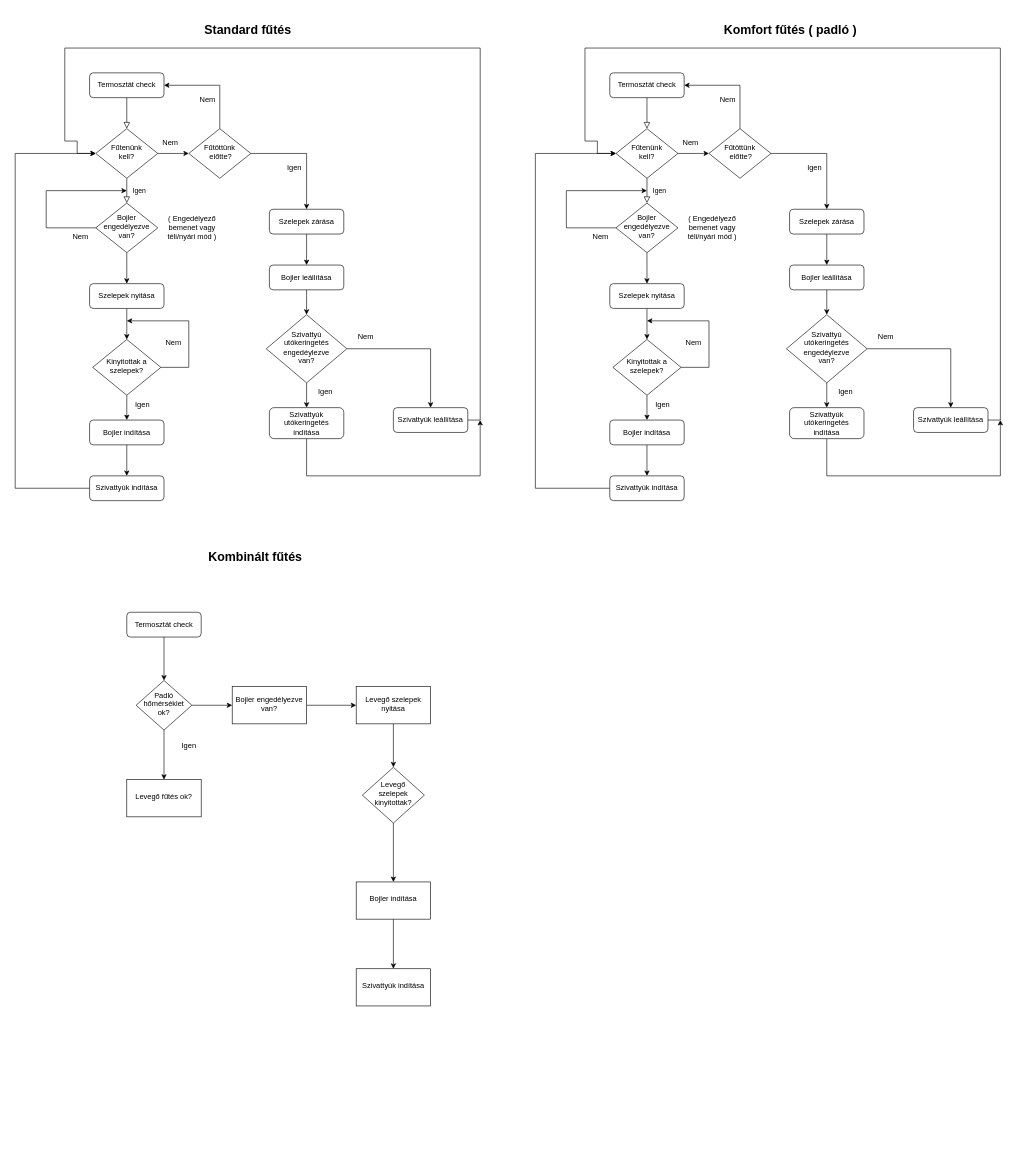
Earlier version of the draw.io diagram Megnevezetlen diagram.drawio (zekageri/DrawIO). Source tidied: cells renumbered, new cells numbered last; positions are measured from the earlier drawing's top-left corner, leaving out a move shared by most shapes. Both pictures are drawn from the tidied source at 62%, with x=0, y=0 at pixel (15, 17).
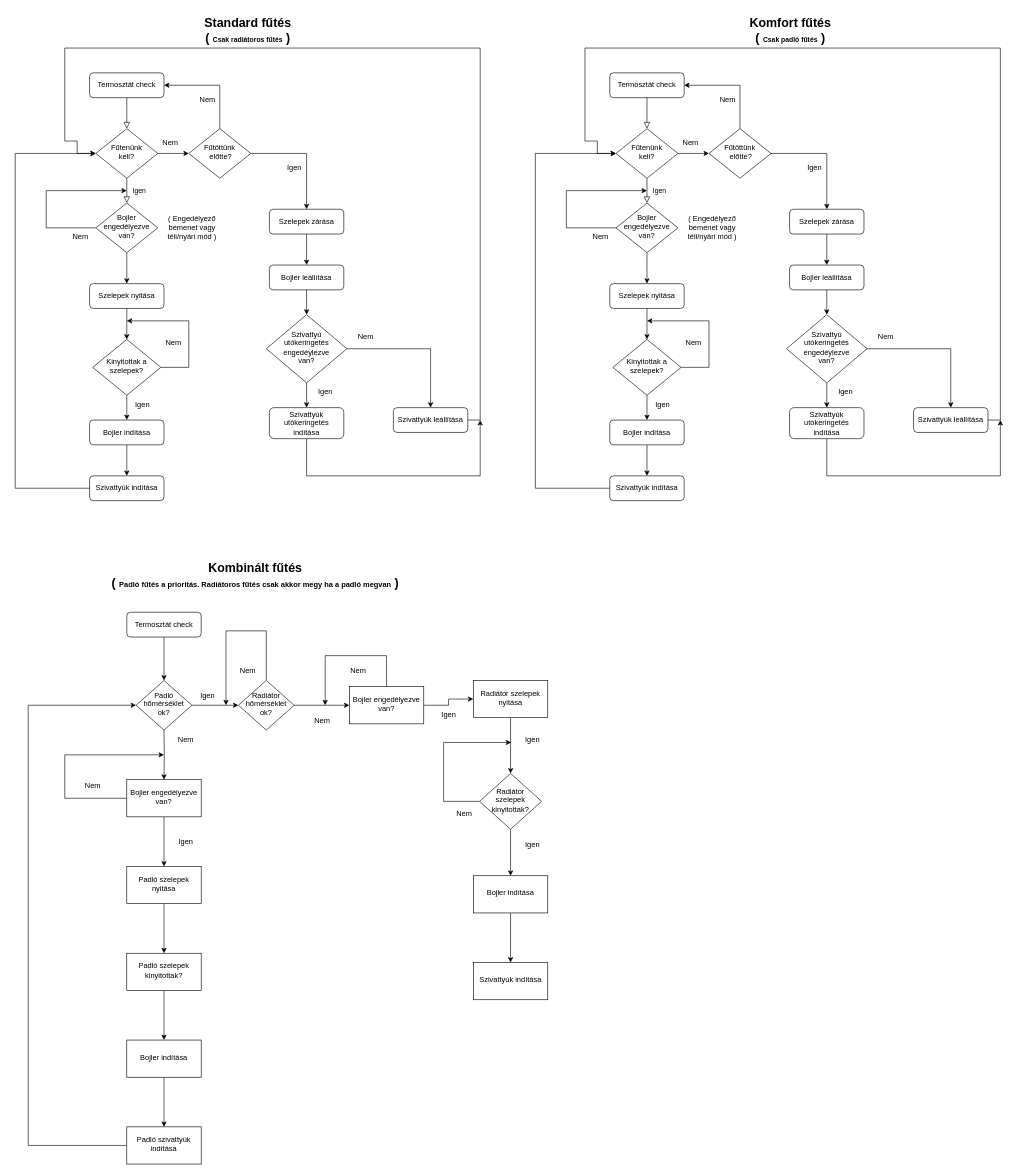
Above is the later version.

Commit message:
Kombinált fűtés

Unchanged cells that the change refers to:
```xml
<mxCell id="89" value="Padló hőmérséklet ok?" style="rhombus;whiteSpace=wrap;html=1;shadow=0;fontFamily=Helvetica;fontSize=12;align=center;strokeWidth=1;spacing=6;spacingTop=-4;" parent="1" vertex="1">
  <mxGeometry x="195" y="1070" width="90" height="80" as="geometry" />
</mxCell>
```

Change to the diagram source:
```diff
@@
-    <mxCell id="2" value="&lt;b&gt;&lt;font style=&quot;font-size: 20px;&quot;&gt;Standard fűtés&lt;/font&gt;&lt;/b&gt;" style="text;html=1;align=center;verticalAlign=middle;strokeColor=none;fillColor=none;" parent="1" vertex="1">
-      <mxGeometry x="295" width="160" height="40" as="geometry" />
+    <mxCell id="2" value="&lt;b&gt;&lt;font style=&quot;font-size: 20px;&quot;&gt;Standard fűtés&lt;br&gt;( &lt;/font&gt;&lt;font style=&quot;font-size: 11px;&quot;&gt;Csak radiátoros fűtés&lt;/font&gt;&lt;font style=&quot;font-size: 20px;&quot;&gt; )&lt;br&gt;&lt;/font&gt;&lt;/b&gt;" style="text;html=1;align=center;verticalAlign=middle;strokeColor=none;fillColor=none;" parent="1" vertex="1">
+      <mxGeometry x="295" y="-10" width="160" height="60" as="geometry" />
     </mxCell>
-    <mxCell id="3" value="&lt;b&gt;&lt;font style=&quot;font-size: 20px;&quot;&gt;Komfort fűtés ( padló )&lt;/font&gt;&lt;/b&gt;" style="text;html=1;align=center;verticalAlign=middle;strokeColor=none;fillColor=none;" parent="1" vertex="1">
-      <mxGeometry x="1130" width="240" height="40" as="geometry" />
+    <mxCell id="3" value="&lt;b&gt;&lt;font style=&quot;font-size: 20px;&quot;&gt;Komfort fűtés&lt;br&gt;( &lt;/font&gt;&lt;font style=&quot;font-size: 11px;&quot;&gt;Csak padló fűtés&lt;/font&gt;&lt;font style=&quot;font-size: 20px;&quot;&gt; )&lt;/font&gt;&lt;/b&gt;" style="text;html=1;align=center;verticalAlign=middle;strokeColor=none;fillColor=none;" parent="1" vertex="1">
+      <mxGeometry x="1175" y="-10" width="150" height="60" as="geometry" />
     </mxCell>
-    <mxCell id="4" value="&lt;b&gt;&lt;font style=&quot;font-size: 20px;&quot;&gt;Kombinált fűtés&lt;/font&gt;&lt;/b&gt;" style="text;html=1;align=center;verticalAlign=middle;strokeColor=none;fillColor=none;" parent="1" vertex="1">
-      <mxGeometry x="302" y="850" width="170" height="40" as="geometry" />
+    <mxCell id="4" value="&lt;b&gt;&lt;font style=&quot;font-size: 20px;&quot;&gt;Kombinált fűtés&lt;br&gt;( &lt;/font&gt;&lt;font style=&quot;font-size: 12px;&quot;&gt;Padló fűtés a prioritás. Radiátoros fűtés csak akkor megy ha a padló megvan&lt;/font&gt;&lt;font style=&quot;font-size: 20px;&quot;&gt; )&lt;/font&gt;&lt;/b&gt;" style="text;html=1;align=center;verticalAlign=middle;strokeColor=none;fillColor=none;" parent="1" vertex="1">
+      <mxGeometry x="142" y="870" width="490" height="60" as="geometry" />
     </mxCell>
@@
-    <mxCell id="87" style="edgeStyle=orthogonalEdgeStyle;rounded=0;jettySize=auto;html=1;" parent="1" edge="1" source="89" target="91">
-      <mxGeometry relative="1" as="geometry" />
-    </mxCell>
-    <mxCell id="88" style="edgeStyle=orthogonalEdgeStyle;rounded=0;jettySize=auto;html=1;" parent="1" edge="1" source="89" target="93">
-      <mxGeometry relative="1" as="geometry" />
-    </mxCell>
+    <mxCell id="101" style="edgeStyle=orthogonalEdgeStyle;rounded=0;jettySize=auto;html=1;" parent="1" edge="1" source="89" target="125">
+      <mxGeometry relative="1" as="geometry" />
+    </mxCell>
@@
     <mxCell id="90" value="Igen" style="text;html=1;align=center;verticalAlign=middle;strokeColor=none;fillColor=none;" parent="1" vertex="1">
-      <mxGeometry x="255" y="1160" width="50" height="30" as="geometry" />
+      <mxGeometry x="285" y="1080" width="50" height="30" as="geometry" />
     </mxCell>
-    <mxCell id="91" value="Levegő fűtés ok?" style="whiteSpace=wrap;html=1;shadow=0;strokeWidth=1;spacing=6;spacingTop=-4;" parent="1" vertex="1">
-      <mxGeometry x="180" y="1230" width="120" height="60" as="geometry" />
-    </mxCell>
+    <mxCell id="102" style="edgeStyle=orthogonalEdgeStyle;rounded=0;jettySize=auto;html=1;" parent="1" edge="1" target="110">
+      <mxGeometry relative="1" as="geometry">
+        <mxPoint x="240" y="1150" as="sourcePoint" />
+      </mxGeometry>
+    </mxCell>
@@
+    <mxCell id="103" style="edgeStyle=orthogonalEdgeStyle;rounded=0;jettySize=auto;html=1;" parent="1" edge="1" source="93">
+      <mxGeometry relative="1" as="geometry">
+        <mxPoint x="500" y="1110" as="targetPoint" />
+        <Array as="points">
+          <mxPoint x="599" y="1030" />
+          <mxPoint x="500" y="1030" />
+        </Array>
+      </mxGeometry>
+    </mxCell>
     <mxCell id="93" value="Bojler engedélyezve van?" style="whiteSpace=wrap;html=1;shadow=0;strokeWidth=1;spacing=6;spacingTop=-4;" parent="1" vertex="1">
-      <mxGeometry x="350" y="1080" width="120" height="60" as="geometry" />
+      <mxGeometry x="539" y="1080" width="120" height="60" as="geometry" />
     </mxCell>
@@
-    <mxCell id="95" value="Levegő szelepek nyitása" style="whiteSpace=wrap;html=1;shadow=0;strokeWidth=1;spacing=6;spacingTop=-4;" parent="1" vertex="1">
-      <mxGeometry x="550" y="1080" width="120" height="60" as="geometry" />
+    <mxCell id="95" value="Radiátor szelepek nyitása" style="whiteSpace=wrap;html=1;shadow=0;strokeWidth=1;spacing=6;spacingTop=-4;" parent="1" vertex="1">
+      <mxGeometry x="739" y="1070" width="120" height="60" as="geometry" />
     </mxCell>
@@
+    <mxCell id="104" style="edgeStyle=orthogonalEdgeStyle;rounded=0;jettySize=auto;html=1;" parent="1" edge="1" source="97">
+      <mxGeometry relative="1" as="geometry">
+        <mxPoint x="800" y="1170" as="targetPoint" />
+        <Array as="points">
+          <mxPoint x="691" y="1265" />
+          <mxPoint x="691" y="1170" />
+        </Array>
+      </mxGeometry>
+    </mxCell>
-    <mxCell id="97" value="Levegő szelepek kinyitottak?" style="rhombus;whiteSpace=wrap;html=1;shadow=0;strokeWidth=1;spacing=6;spacingTop=-4;" parent="1" vertex="1">
-      <mxGeometry x="560" y="1210" width="100" height="90" as="geometry" />
+    <mxCell id="97" value="Radiátor szelepek kinyitottak?" style="rhombus;whiteSpace=wrap;html=1;shadow=0;strokeWidth=1;spacing=6;spacingTop=-4;" parent="1" vertex="1">
+      <mxGeometry x="749" y="1220" width="100" height="90" as="geometry" />
     </mxCell>
@@
     <mxCell id="99" value="Bojler indítása" style="whiteSpace=wrap;html=1;shadow=0;strokeWidth=1;spacing=6;spacingTop=-4;" parent="1" vertex="1">
-      <mxGeometry x="550" y="1395" width="120" height="60" as="geometry" />
+      <mxGeometry x="739" y="1385" width="120" height="60" as="geometry" />
     </mxCell>
     <mxCell id="100" value="Szivattyúk indítása" style="whiteSpace=wrap;html=1;shadow=0;strokeWidth=1;spacing=6;spacingTop=-4;" parent="1" vertex="1">
-      <mxGeometry x="550" y="1535" width="120" height="60" as="geometry" />
+      <mxGeometry x="739" y="1525" width="120" height="60" as="geometry" />
     </mxCell>
+    <mxCell id="105" value="Igen" style="text;html=1;align=center;verticalAlign=middle;strokeColor=none;fillColor=none;" parent="1" vertex="1">
+      <mxGeometry x="674" y="1110" width="50" height="30" as="geometry" />
+    </mxCell>
+    <mxCell id="106" value="Igen" style="text;html=1;align=center;verticalAlign=middle;strokeColor=none;fillColor=none;" parent="1" vertex="1">
+      <mxGeometry x="809" y="1150" width="50" height="30" as="geometry" />
+    </mxCell>
+    <mxCell id="107" value="Igen" style="text;html=1;align=center;verticalAlign=middle;strokeColor=none;fillColor=none;" parent="1" vertex="1">
+      <mxGeometry x="809" y="1320" width="50" height="30" as="geometry" />
+    </mxCell>
+    <mxCell id="108" style="edgeStyle=orthogonalEdgeStyle;rounded=0;jettySize=auto;html=1;" parent="1" edge="1" source="110" target="112">
+      <mxGeometry relative="1" as="geometry" />
+    </mxCell>
+    <mxCell id="109" style="edgeStyle=orthogonalEdgeStyle;rounded=0;jettySize=auto;html=1;" parent="1" edge="1" source="110">
+      <mxGeometry relative="1" as="geometry">
+        <mxPoint x="240" y="1190" as="targetPoint" />
+        <Array as="points">
+          <mxPoint x="80" y="1260" />
+          <mxPoint x="80" y="1190" />
+        </Array>
+      </mxGeometry>
+    </mxCell>
+    <mxCell id="110" value="Bojler engedélyezve van?" style="whiteSpace=wrap;html=1;shadow=0;strokeWidth=1;spacing=6;spacingTop=-4;" parent="1" vertex="1">
+      <mxGeometry x="180" y="1230" width="120" height="60" as="geometry" />
+    </mxCell>
+    <mxCell id="111" style="edgeStyle=orthogonalEdgeStyle;rounded=0;jettySize=auto;html=1;" parent="1" edge="1" source="112" target="114">
+      <mxGeometry relative="1" as="geometry" />
+    </mxCell>
+    <mxCell id="112" value="Padló szelepek nyitása" style="whiteSpace=wrap;html=1;shadow=0;strokeWidth=1;spacing=6;spacingTop=-4;" parent="1" vertex="1">
+      <mxGeometry x="180" y="1370" width="120" height="60" as="geometry" />
+    </mxCell>
+    <mxCell id="113" style="edgeStyle=orthogonalEdgeStyle;rounded=0;jettySize=auto;html=1;" parent="1" edge="1" source="114" target="116">
+      <mxGeometry relative="1" as="geometry" />
+    </mxCell>
+    <mxCell id="114" value="Padló szelepek kinyitottak?" style="whiteSpace=wrap;html=1;shadow=0;strokeWidth=1;spacing=6;spacingTop=-4;" parent="1" vertex="1">
+      <mxGeometry x="180" y="1510" width="120" height="60" as="geometry" />
+    </mxCell>
+    <mxCell id="115" style="edgeStyle=orthogonalEdgeStyle;rounded=0;jettySize=auto;html=1;" parent="1" edge="1" source="116" target="118">
+      <mxGeometry relative="1" as="geometry" />
+    </mxCell>
+    <mxCell id="116" value="Bojler indítása" style="whiteSpace=wrap;html=1;shadow=0;strokeWidth=1;spacing=6;spacingTop=-4;" parent="1" vertex="1">
+      <mxGeometry x="180" y="1650" width="120" height="60" as="geometry" />
+    </mxCell>
+    <mxCell id="117" style="edgeStyle=orthogonalEdgeStyle;rounded=0;jettySize=auto;html=1;entryX=0;entryY=0.5;entryDx=0;entryDy=0;" parent="1" edge="1" source="118" target="89">
+      <mxGeometry relative="1" as="geometry">
+        <Array as="points">
+          <mxPoint x="21" y="1820" />
+          <mxPoint x="21" y="1110" />
+        </Array>
+      </mxGeometry>
+    </mxCell>
+    <mxCell id="118" value="Padló szivattyúk indítása" style="whiteSpace=wrap;html=1;shadow=0;strokeWidth=1;spacing=6;spacingTop=-4;" parent="1" vertex="1">
+      <mxGeometry x="180" y="1790" width="120" height="60" as="geometry" />
+    </mxCell>
+    <mxCell id="119" value="Nem" style="text;html=1;align=center;verticalAlign=middle;strokeColor=none;fillColor=none;" parent="1" vertex="1">
+      <mxGeometry x="100" y="1225" width="50" height="30" as="geometry" />
+    </mxCell>
+    <mxCell id="120" value="Igen" style="text;html=1;align=center;verticalAlign=middle;strokeColor=none;fillColor=none;" parent="1" vertex="1">
+      <mxGeometry x="250" y="1315" width="50" height="30" as="geometry" />
+    </mxCell>
+    <mxCell id="121" value="Nem" style="text;html=1;align=center;verticalAlign=middle;strokeColor=none;fillColor=none;" parent="1" vertex="1">
+      <mxGeometry x="528" y="1040" width="50" height="30" as="geometry" />
+    </mxCell>
+    <mxCell id="122" value="Nem" style="text;html=1;align=center;verticalAlign=middle;strokeColor=none;fillColor=none;" parent="1" vertex="1">
+      <mxGeometry x="250" y="1150" width="50" height="30" as="geometry" />
+    </mxCell>
+    <mxCell id="123" style="edgeStyle=orthogonalEdgeStyle;rounded=0;jettySize=auto;html=1;" parent="1" edge="1" source="125" target="93">
+      <mxGeometry relative="1" as="geometry" />
+    </mxCell>
+    <mxCell id="124" style="edgeStyle=orthogonalEdgeStyle;rounded=0;jettySize=auto;html=1;" parent="1" edge="1" source="125">
+      <mxGeometry relative="1" as="geometry">
+        <mxPoint x="340" y="1110" as="targetPoint" />
+        <Array as="points">
+          <mxPoint x="405" y="990" />
+        </Array>
+      </mxGeometry>
+    </mxCell>
+    <mxCell id="125" value="Radiátor&lt;br&gt;hőmérséklet ok?" style="rhombus;whiteSpace=wrap;html=1;shadow=0;fontFamily=Helvetica;fontSize=12;align=center;strokeWidth=1;spacing=6;spacingTop=-4;" parent="1" vertex="1">
+      <mxGeometry x="360" y="1070" width="90" height="80" as="geometry" />
+    </mxCell>
+    <mxCell id="126" value="Nem" style="text;html=1;align=center;verticalAlign=middle;strokeColor=none;fillColor=none;" parent="1" vertex="1">
+      <mxGeometry x="470" y="1120" width="50" height="30" as="geometry" />
+    </mxCell>
+    <mxCell id="127" value="Nem" style="text;html=1;align=center;verticalAlign=middle;strokeColor=none;fillColor=none;" parent="1" vertex="1">
+      <mxGeometry x="699" y="1270" width="50" height="30" as="geometry" />
+    </mxCell>
+    <mxCell id="128" value="Nem" style="text;html=1;align=center;verticalAlign=middle;strokeColor=none;fillColor=none;" parent="1" vertex="1">
+      <mxGeometry x="350" y="1040" width="50" height="30" as="geometry" />
+    </mxCell>
```
